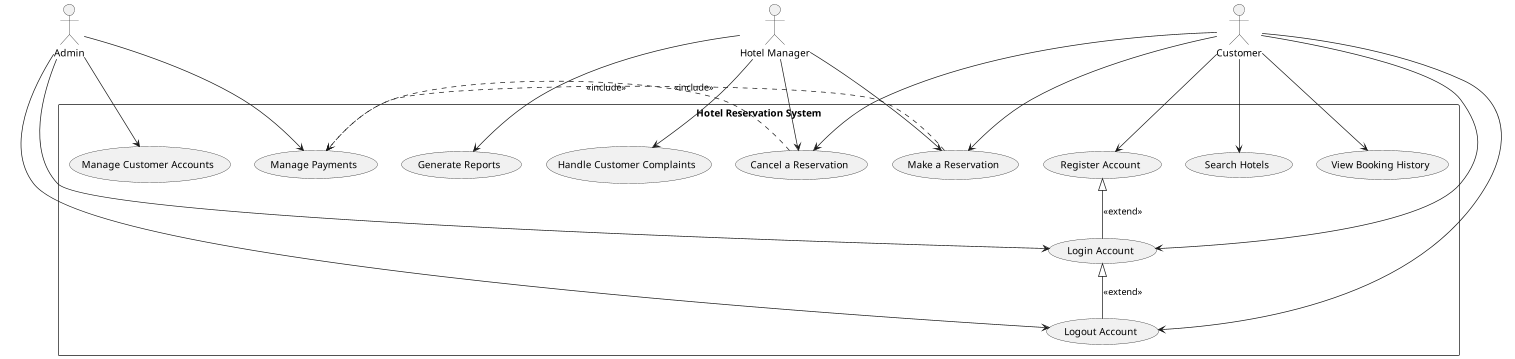
Before: UML/HOTEL_reservation_system/use case.png, a diagram exported from PlantUML (Harshit-code-tech/Hotel_reservation_system_se). The source it was exported from:
```plantuml
@startuml
actor Customer
actor Admin
actor "Hotel Manager" as Manager

rectangle "Hotel Reservation System" {

  usecase "Register Account" as UC1
  usecase "Login Account" as UC2
  usecase "Logout Account" as UC3
  usecase "Search Hotels" as UC4
  usecase "Make a Reservation" as UC5
  usecase "Cancel a Reservation" as UC6
  usecase "View Booking History" as UC7

  usecase "Manage Payments" as UC8
  usecase "Manage Customer Accounts" as UC9
  usecase "Generate Reports" as UC10
  usecase "Handle Customer Complaints" as UC11
}

Customer --> UC1
Customer --> UC2
Customer --> UC3
Customer --> UC4
Customer --> UC5
Customer --> UC6
Customer --> UC7

Admin --> UC8
Admin --> UC9
Admin --> UC2
Admin --> UC3

Manager --> UC5
Manager --> UC6
Manager --> UC10
Manager --> UC11

UC5 .> UC8 : <<include>>
UC6 .> UC8 : <<include>>

UC1 <|-- UC2 : <<extend>>
UC2 <|-- UC3 : <<extend>>
@enduml
```
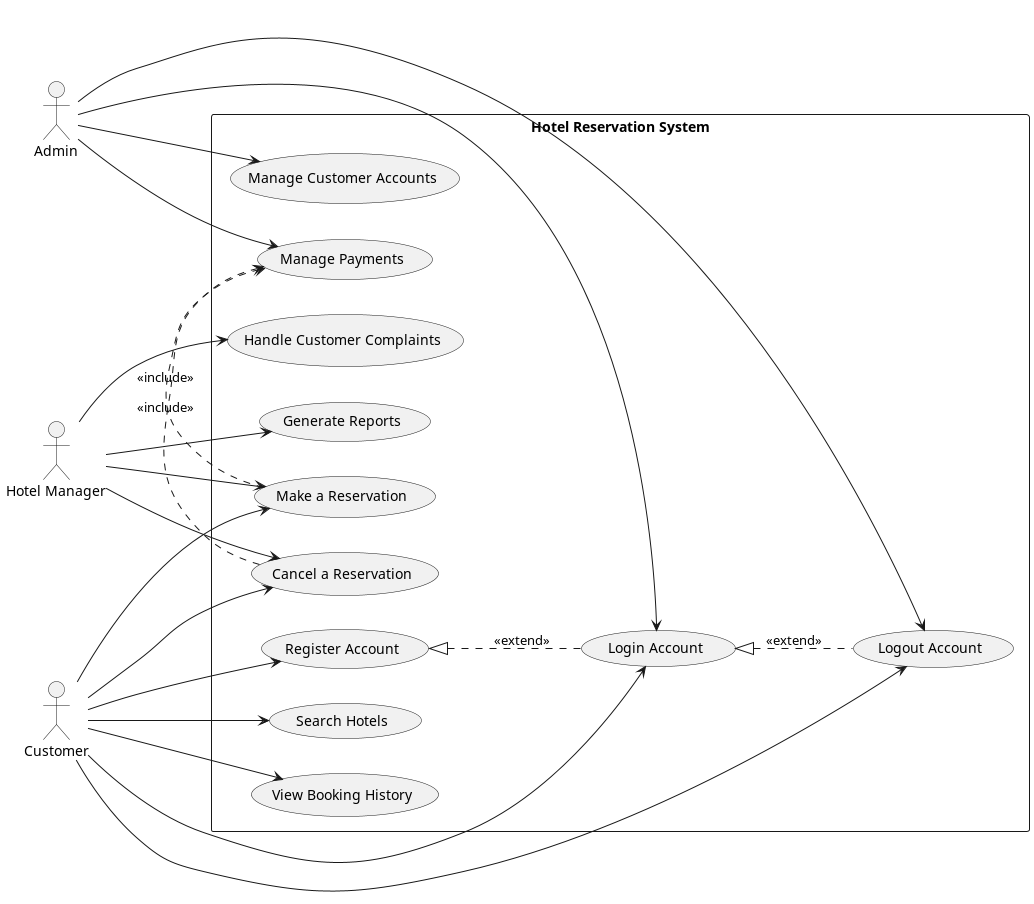
Above is the later version.

What changed in the source:
```diff
@@ -1,4 +1,6 @@
 @startuml
+left to right direction
+
 actor Customer
 actor Admin
 actor "Hotel Manager" as Manager
@@ -40,6 +42,7 @@
 UC5 .> UC8 : <<include>>
 UC6 .> UC8 : <<include>>
 
-UC1 <|-- UC2 : <<extend>>
-UC2 <|-- UC3 : <<extend>>
+UC1 <|.- UC2 : <<extend>>
+UC2 <|.- UC3 : <<extend>>
+
 @enduml
```
